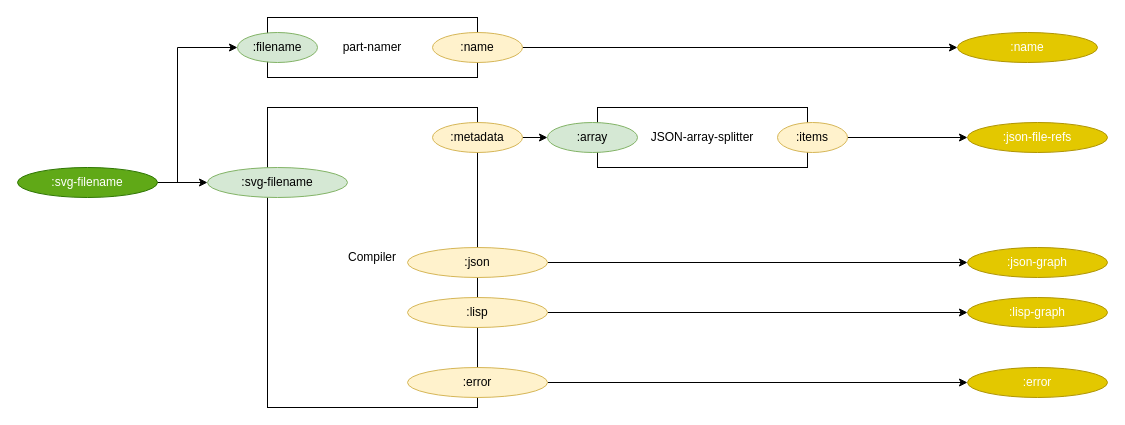
Before: page "compile-single-diagram" (3 of 3) of build_process/cl-build/build.drawio in bmfbp/bmfbp, a draw.io diagram. Source tidied: cells renumbered, new cells numbered last; positions are measured from the earlier drawing's top-left corner, leaving out a move shared by most shapes. Both pictures are drawn from the tidied source at 100%, with x=0, y=0 at pixel (17, 17).
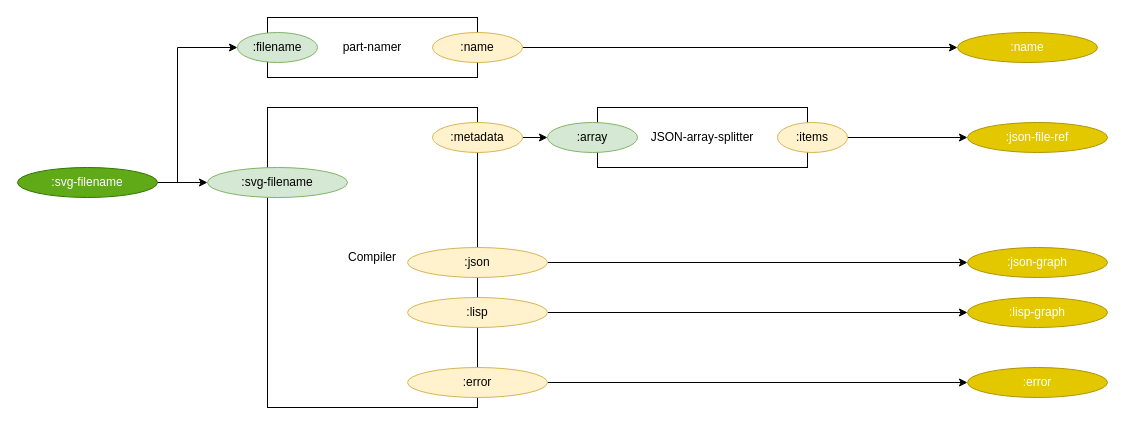
The same diagram, later.

What changed in the source:
```diff
@@
-    <mxCell id="24" value=":json-file-refs" style="ellipse;whiteSpace=wrap;html=1;fillColor=#e3c800;strokeColor=#B09500;fontColor=#ffffff;" parent="1" vertex="1">
+    <mxCell id="24" value=":json-file-ref" style="ellipse;whiteSpace=wrap;html=1;fillColor=#e3c800;strokeColor=#B09500;fontColor=#ffffff;" parent="1" vertex="1">
       <mxGeometry x="950" y="105" width="140" height="30" as="geometry" />
     </mxCell>
```
